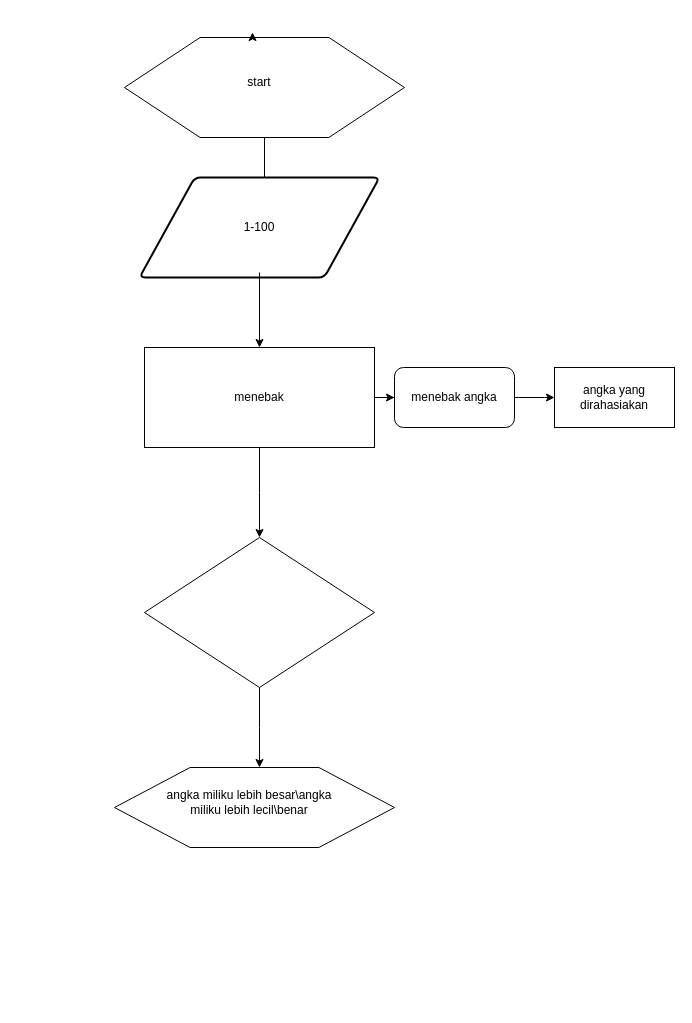
muhammadfirmansyah51/algo_A_muhammadfirmansyah keeps this draw.io diagram as Untitled Diagram.drawio. Above is the earlier version. Source tidied: cells renumbered, new cells numbered last; positions are measured from the earlier drawing's top-left corner, leaving out a move shared by most shapes. Both pictures are drawn from the tidied source at 100%, with x=0, y=0 at pixel (24, 17).
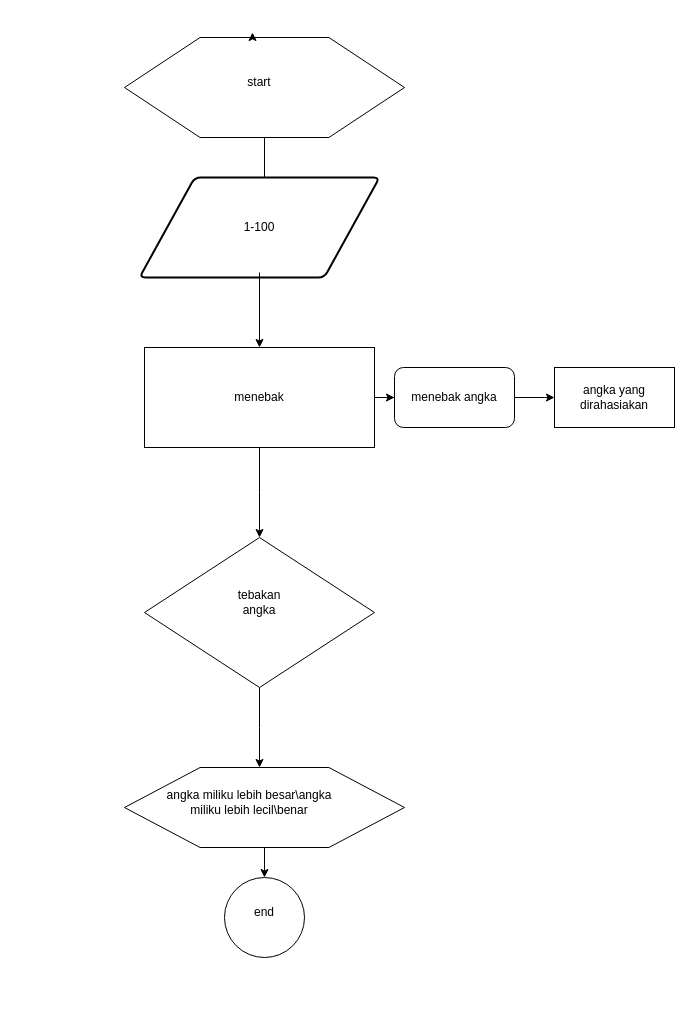
The same diagram, later.

Change to the diagram source:
```diff
@@
+    <mxCell id="20" style="edgeStyle=orthogonalEdgeStyle;rounded=0;jettySize=auto;html=1;" parent="1" edge="1" source="18" target="22">
+      <mxGeometry relative="1" as="geometry" />
+    </mxCell>
     <mxCell id="18" style="verticalLabelPosition=bottom;verticalAlign=top;html=1;shape=hexagon;perimeter=hexagonPerimeter2;arcSize=6;size=0.27;" parent="1" vertex="1">
-      <mxGeometry x="90" y="750" width="280" height="80" as="geometry" />
+      <mxGeometry x="100" y="750" width="280" height="80" as="geometry" />
     </mxCell>
@@
+    <mxCell id="21" value="tebakan angka" style="text;html=1;strokeColor=none;fillColor=none;align=center;verticalAlign=middle;whiteSpace=wrap;rounded=0;" parent="1" vertex="1">
+      <mxGeometry x="200" y="570" width="70" height="30" as="geometry" />
+    </mxCell>
+    <mxCell id="22" style="ellipse;whiteSpace=wrap;html=1;" parent="1" vertex="1">
+      <mxGeometry x="200" y="860" width="80" height="80" as="geometry" />
+    </mxCell>
+    <mxCell id="23" value="end" style="text;html=1;strokeColor=none;fillColor=none;align=center;verticalAlign=middle;whiteSpace=wrap;rounded=0;" parent="1" vertex="1">
+      <mxGeometry x="210" y="880" width="60" height="30" as="geometry" />
+    </mxCell>
```
